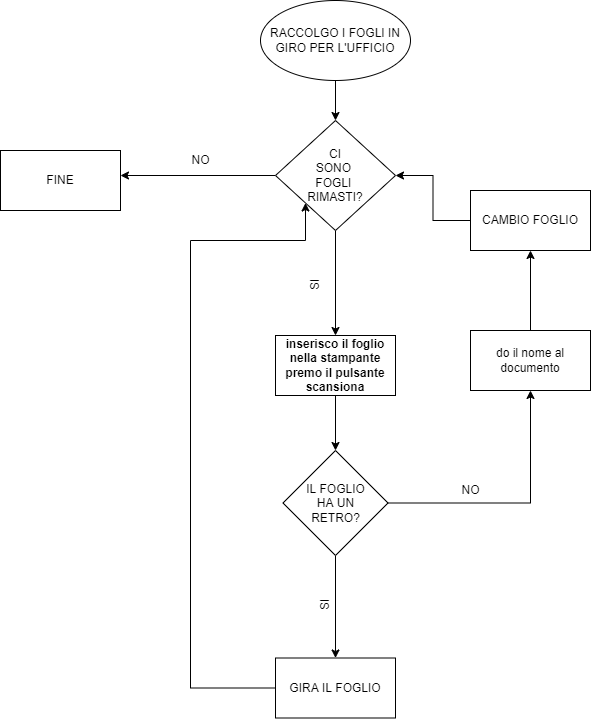
The draw.io diagram DIAGRAMMA.png in FrancescoGentileDev/human-code, before a commit. Source tidied: cells renumbered, new cells last; positions are measured from the earlier drawing's top-left corner, leaving out a move shared by most shapes. Source of this version:
```xml
<mxGraphModel>
  <root>
    <mxCell id="0" />
    <mxCell id="1" parent="0" />
    <mxCell id="2" style="edgeStyle=orthogonalEdgeStyle;rounded=0;jettySize=auto;html=1;exitX=0.5;exitY=1;exitDx=0;exitDy=0;" parent="1" edge="1" source="3" target="6">
      <mxGeometry relative="1" as="geometry" />
    </mxCell>
    <mxCell id="3" value="RACCOLGO I FOGLI IN GIRO PER L'UFFICIO" style="ellipse;whiteSpace=wrap;html=1;" parent="1" vertex="1">
      <mxGeometry x="260" width="150" height="80" as="geometry" />
    </mxCell>
    <mxCell id="4" style="edgeStyle=orthogonalEdgeStyle;rounded=0;jettySize=auto;html=1;" parent="1" edge="1" source="6" target="8">
      <mxGeometry relative="1" as="geometry" />
    </mxCell>
    <mxCell id="5" style="edgeStyle=orthogonalEdgeStyle;rounded=0;jettySize=auto;html=1;" parent="1" edge="1" source="6">
      <mxGeometry relative="1" as="geometry">
        <mxPoint x="120" y="175" as="targetPoint" />
      </mxGeometry>
    </mxCell>
    <mxCell id="6" value="CI&lt;br&gt;SONO&amp;nbsp;&lt;br&gt;FOGLI&amp;nbsp;&lt;br&gt;RIMASTI?" style="rhombus;whiteSpace=wrap;html=1;" parent="1" vertex="1">
      <mxGeometry x="275" y="120" width="120" height="110" as="geometry" />
    </mxCell>
    <mxCell id="7" style="edgeStyle=orthogonalEdgeStyle;rounded=0;jettySize=auto;html=1;" parent="1" edge="1" source="8" target="12">
      <mxGeometry relative="1" as="geometry" />
    </mxCell>
    <mxCell id="8" value="&lt;div&gt;&lt;b&gt;inserisco il foglio nella stampante&lt;/b&gt;&lt;/div&gt;&lt;div&gt;&lt;b&gt;premo il pulsante scansiona&lt;/b&gt;&lt;/div&gt;" style="whiteSpace=wrap;html=1;" parent="1" vertex="1">
      <mxGeometry x="275" y="335" width="120" height="60" as="geometry" />
    </mxCell>
    <mxCell id="9" value="SI" style="text;html=1;align=center;verticalAlign=middle;strokeColor=none;fillColor=none;rotation=-90;" parent="1" vertex="1">
      <mxGeometry x="300" y="270" width="30" height="30" as="geometry" />
    </mxCell>
    <mxCell id="10" style="edgeStyle=orthogonalEdgeStyle;rounded=0;jettySize=auto;html=1;" parent="1" edge="1" source="12" target="14">
      <mxGeometry relative="1" as="geometry" />
    </mxCell>
    <mxCell id="11" style="edgeStyle=orthogonalEdgeStyle;rounded=0;jettySize=auto;html=1;" parent="1" edge="1" source="12" target="18">
      <mxGeometry relative="1" as="geometry" />
    </mxCell>
    <mxCell id="12" value="IL FOGLIO&lt;br&gt;HA UN&lt;br&gt;RETRO?" style="rhombus;whiteSpace=wrap;html=1;" parent="1" vertex="1">
      <mxGeometry x="282.5" y="450" width="105" height="105" as="geometry" />
    </mxCell>
    <mxCell id="13" style="edgeStyle=orthogonalEdgeStyle;rounded=0;jettySize=auto;html=1;exitX=0;exitY=0.5;exitDx=0;exitDy=0;entryX=0;entryY=1;entryDx=0;entryDy=0;" parent="1" edge="1" source="14" target="6">
      <mxGeometry relative="1" as="geometry">
        <Array as="points">
          <mxPoint x="190" y="688" />
          <mxPoint x="190" y="240" />
          <mxPoint x="305" y="240" />
        </Array>
      </mxGeometry>
    </mxCell>
    <mxCell id="14" value="GIRA IL FOGLIO" style="whiteSpace=wrap;html=1;" parent="1" vertex="1">
      <mxGeometry x="275" y="657.5" width="120" height="60" as="geometry" />
    </mxCell>
    <mxCell id="15" value="SI" style="text;html=1;align=center;verticalAlign=middle;strokeColor=none;fillColor=none;rotation=-90;" parent="1" vertex="1">
      <mxGeometry x="310" y="590" width="30" height="30" as="geometry" />
    </mxCell>
    <mxCell id="16" value="NO" style="text;html=1;align=center;verticalAlign=middle;strokeColor=none;fillColor=none;" parent="1" vertex="1">
      <mxGeometry x="450" y="475" width="40" height="30" as="geometry" />
    </mxCell>
    <mxCell id="17" style="edgeStyle=orthogonalEdgeStyle;rounded=0;jettySize=auto;html=1;" parent="1" edge="1" source="18" target="20">
      <mxGeometry relative="1" as="geometry" />
    </mxCell>
    <mxCell id="18" value="do il nome al&lt;br&gt;documento" style="rounded=0;whiteSpace=wrap;html=1;" parent="1" vertex="1">
      <mxGeometry x="470" y="330" width="120" height="60" as="geometry" />
    </mxCell>
    <mxCell id="19" style="edgeStyle=orthogonalEdgeStyle;rounded=0;jettySize=auto;html=1;entryX=1;entryY=0.5;entryDx=0;entryDy=0;" parent="1" edge="1" source="20" target="6">
      <mxGeometry relative="1" as="geometry" />
    </mxCell>
    <mxCell id="20" value="CAMBIO FOGLIO" style="whiteSpace=wrap;html=1;rounded=0;" parent="1" vertex="1">
      <mxGeometry x="470" y="190" width="120" height="60" as="geometry" />
    </mxCell>
    <mxCell id="21" value="FINE" style="whiteSpace=wrap;html=1;" parent="1" vertex="1">
      <mxGeometry y="150" width="120" height="60" as="geometry" />
    </mxCell>
    <mxCell id="22" value="NO" style="text;html=1;align=center;verticalAlign=middle;strokeColor=none;fillColor=none;" parent="1" vertex="1">
      <mxGeometry x="180" y="145" width="40" height="30" as="geometry" />
    </mxCell>
  </root>
</mxGraphModel>
```
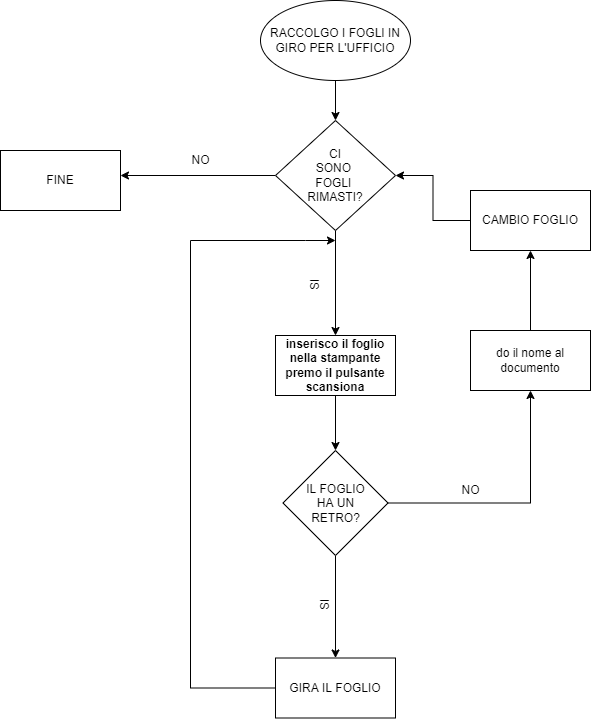
After the commit.

What changed in the source:
```diff
@@ -37,8 +37,9 @@
     <mxCell id="12" value="IL FOGLIO&lt;br&gt;HA UN&lt;br&gt;RETRO?" style="rhombus;whiteSpace=wrap;html=1;" parent="1" vertex="1">
       <mxGeometry x="282.5" y="450" width="105" height="105" as="geometry" />
     </mxCell>
-    <mxCell id="13" style="edgeStyle=orthogonalEdgeStyle;rounded=0;jettySize=auto;html=1;exitX=0;exitY=0.5;exitDx=0;exitDy=0;entryX=0;entryY=1;entryDx=0;entryDy=0;" parent="1" edge="1" source="14" target="6">
+    <mxCell id="13" style="edgeStyle=orthogonalEdgeStyle;rounded=0;jettySize=auto;html=1;exitX=0;exitY=0.5;exitDx=0;exitDy=0;" parent="1" edge="1" source="14">
       <mxGeometry relative="1" as="geometry">
+        <mxPoint x="335" y="240" as="targetPoint" />
         <Array as="points">
           <mxPoint x="190" y="688" />
           <mxPoint x="190" y="240" />
```
